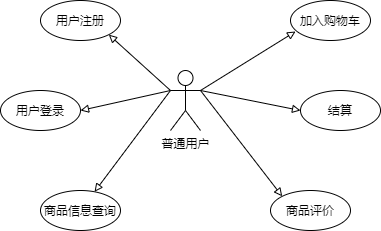
Earlier version of the draw.io export app2.png (jpl007/HelloGit). Source tidied: cells renumbered, new cells last; positions are measured from the earlier drawing's top-left corner, leaving out a move shared by most shapes.
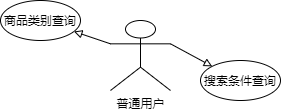
Above is the later version.

The edit, as a diff of the source:
```diff
@@ -3,49 +3,19 @@
     <mxCell id="0" />
     <mxCell id="1" parent="0" />
     <mxCell id="2" value="普通用户" style="shape=umlActor;verticalLabelPosition=bottom;verticalAlign=top;html=1;outlineConnect=0;" parent="1" vertex="1">
-      <mxGeometry x="170" y="70" width="30" height="60" as="geometry" />
+      <mxGeometry x="170" y="60" width="60" height="70" as="geometry" />
     </mxCell>
-    <mxCell id="3" value="用户注册" style="ellipse;whiteSpace=wrap;html=1;" parent="1" vertex="1">
-      <mxGeometry x="40" width="80" height="40" as="geometry" />
-    </mxCell>
-    <mxCell id="4" value="用户登录" style="ellipse;whiteSpace=wrap;html=1;" parent="1" vertex="1">
-      <mxGeometry y="90" width="80" height="40" as="geometry" />
-    </mxCell>
-    <mxCell id="5" value="商品评价" style="ellipse;whiteSpace=wrap;html=1;" parent="1" vertex="1">
-      <mxGeometry x="270" y="190" width="80" height="40" as="geometry" />
+    <mxCell id="5" value="搜索条件查询" style="ellipse;whiteSpace=wrap;html=1;" parent="1" vertex="1">
+      <mxGeometry x="260" y="100" width="80" height="40" as="geometry" />
     </mxCell>
-    <mxCell id="6" value="商品信息查询" style="ellipse;whiteSpace=wrap;html=1;" parent="1" vertex="1">
-      <mxGeometry x="40" y="190" width="80" height="40" as="geometry" />
+    <mxCell id="6" value="商品类别查询" style="ellipse;whiteSpace=wrap;html=1;" parent="1" vertex="1">
+      <mxGeometry x="60" y="40" width="80" height="40" as="geometry" />
     </mxCell>
-    <mxCell id="7" value="结算" style="ellipse;whiteSpace=wrap;html=1;" parent="1" vertex="1">
-      <mxGeometry x="300" y="90" width="80" height="40" as="geometry" />
-    </mxCell>
-    <mxCell id="8" value="加入购物车" style="ellipse;whiteSpace=wrap;html=1;" parent="1" vertex="1">
-      <mxGeometry x="290" width="80" height="40" as="geometry" />
-    </mxCell>
-    <mxCell id="9" style="endArrow=block;html=1;endFill=0;entryX=1;entryY=1;entryDx=0;entryDy=0;" parent="1" edge="1" target="3">
-      <mxGeometry relative="1" as="geometry">
-        <mxPoint x="170" y="90" as="sourcePoint" />
-      </mxGeometry>
-    </mxCell>
-    <mxCell id="10" style="endArrow=block;html=1;endFill=0;exitX=0;exitY=0.3333333333333333;exitDx=0;exitDy=0;exitPerimeter=0;entryX=1;entryY=0.5;entryDx=0;entryDy=0;" parent="1" edge="1" source="2" target="4">
-      <mxGeometry relative="1" as="geometry" />
-    </mxCell>
-    <mxCell id="11" style="endArrow=block;html=1;endFill=0;" parent="1" edge="1" target="6">
-      <mxGeometry relative="1" as="geometry">
-        <mxPoint x="170" y="90" as="sourcePoint" />
-      </mxGeometry>
+    <mxCell id="11" style="endArrow=block;html=1;endFill=0;exitX=0;exitY=0.3333333333333333;exitDx=0;exitDy=0;exitPerimeter=0;" parent="1" edge="1" source="2" target="6">
+      <mxGeometry relative="1" as="geometry" />
     </mxCell>
-    <mxCell id="12" style="endArrow=block;html=1;endFill=0;entryX=0.063;entryY=0.775;entryDx=0;entryDy=0;entryPerimeter=0;exitX=1;exitY=0.3333333333333333;exitDx=0;exitDy=0;exitPerimeter=0;" parent="1" edge="1" source="2" target="8">
-      <mxGeometry relative="1" as="geometry" />
-    </mxCell>
-    <mxCell id="13" style="endArrow=block;html=1;endFill=0;exitX=1;exitY=0.3333333333333333;exitDx=0;exitDy=0;exitPerimeter=0;entryX=0;entryY=0.5;entryDx=0;entryDy=0;" parent="1" edge="1" source="2" target="7">
-      <mxGeometry relative="1" as="geometry" />
-    </mxCell>
-    <mxCell id="14" style="endArrow=block;html=1;endFill=0;entryX=0;entryY=0;entryDx=0;entryDy=0;" parent="1" edge="1" target="5">
-      <mxGeometry relative="1" as="geometry">
-        <mxPoint x="200" y="90" as="sourcePoint" />
-      </mxGeometry>
+    <mxCell id="14" style="endArrow=block;html=1;endFill=0;entryX=0;entryY=0;entryDx=0;entryDy=0;exitX=1;exitY=0.3333333333333333;exitDx=0;exitDy=0;exitPerimeter=0;" parent="1" edge="1" source="2" target="5">
+      <mxGeometry relative="1" as="geometry" />
     </mxCell>
   </root>
 </mxGraphModel>
```
